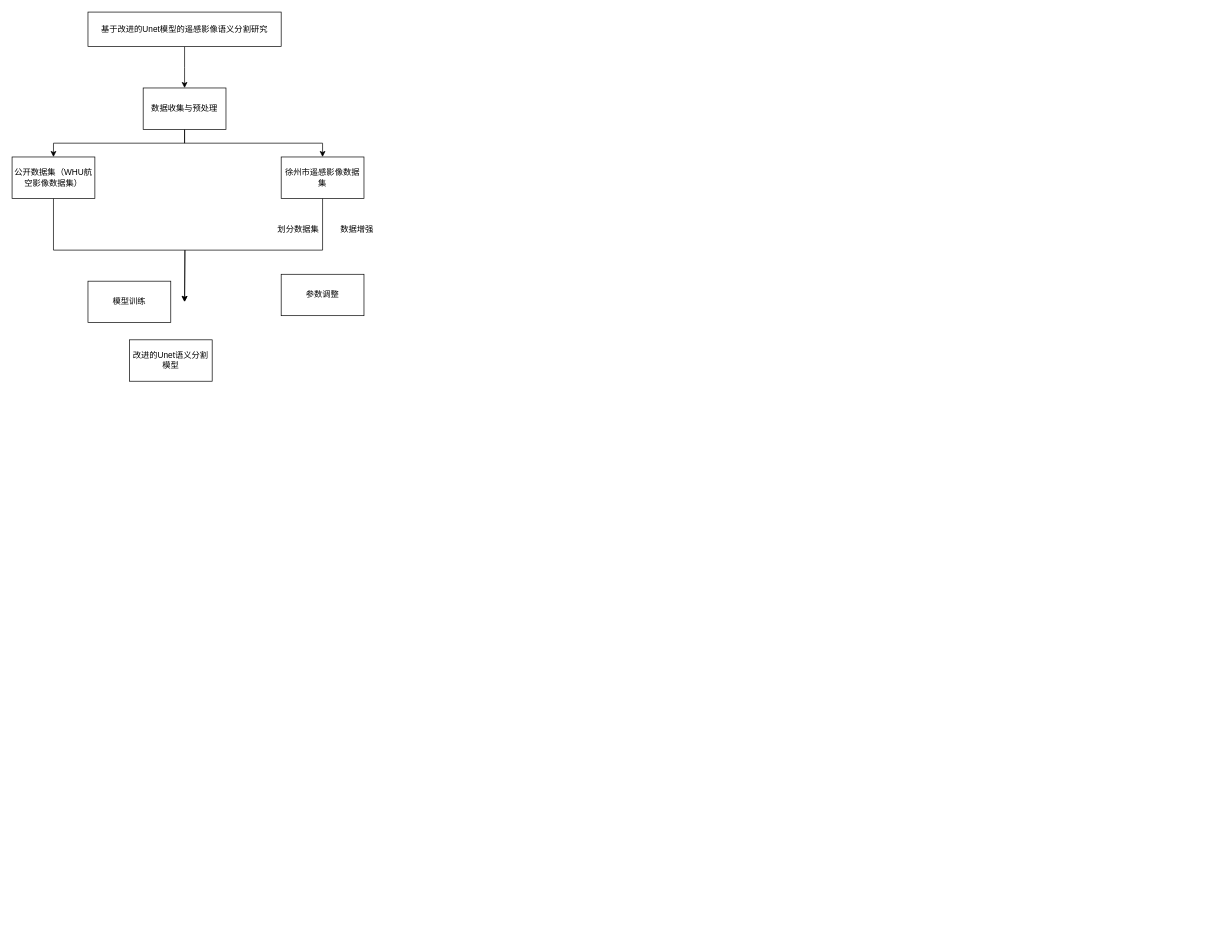
Earlier version of the draw.io diagram 流程图.drawio (postgraduate1/Unet). Source tidied: cells renumbered, new cells numbered last; positions are measured from the earlier drawing's top-left corner, leaving out a move shared by most shapes. Both pictures are drawn from the tidied source at 69%, with x=0, y=0 at pixel (12, 12).
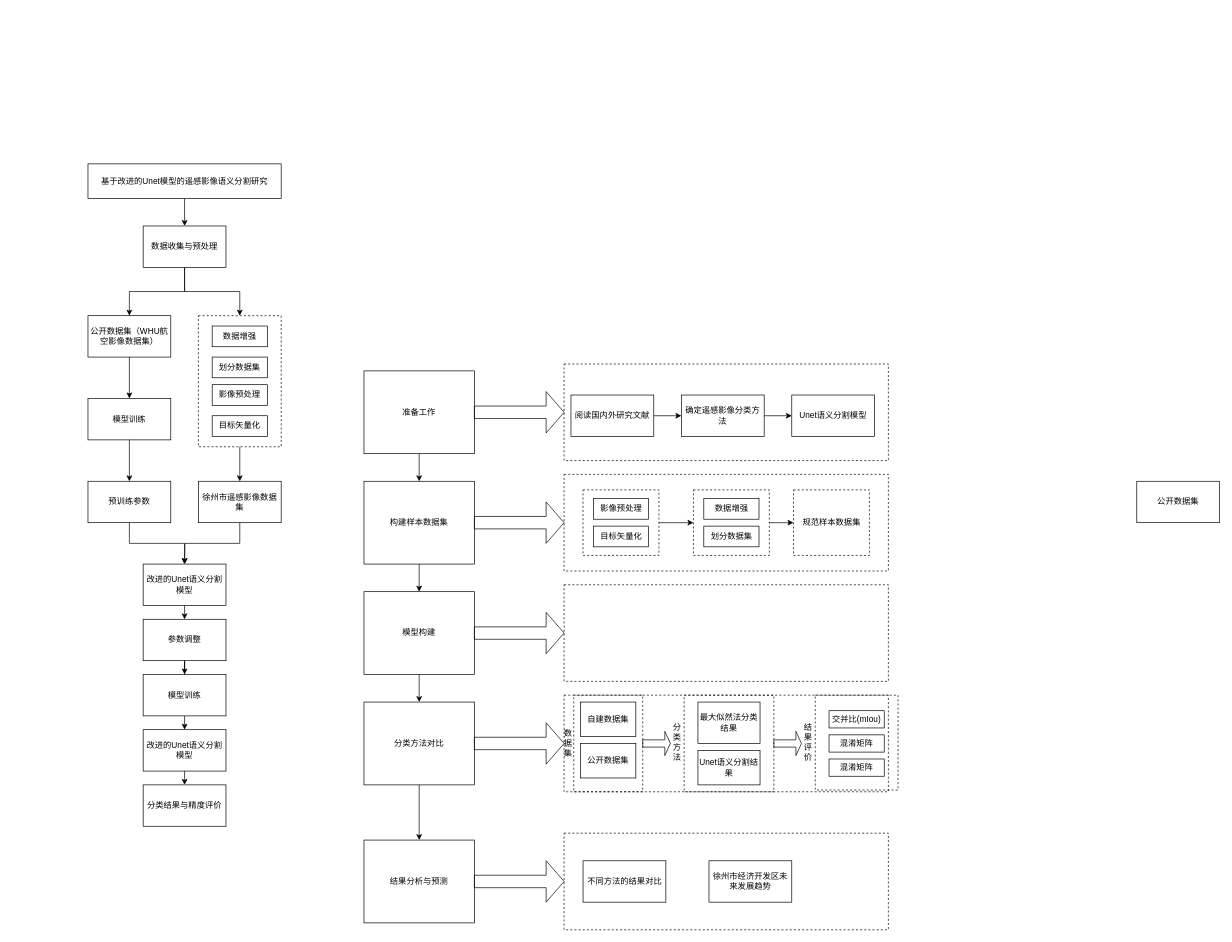
The same diagram, later.

Commit message:
更新流程图.drawio

The edit, as a diff of the source:
```diff
@@
-    <mxCell id="2" style="edgeStyle=orthogonalEdgeStyle;rounded=0;jettySize=auto;html=1;exitX=0.5;exitY=1;exitDx=0;exitDy=0;" parent="1" edge="1" source="3">
-      <mxGeometry relative="1" as="geometry">
-        <mxPoint x="250" y="110" as="targetPoint" />
-      </mxGeometry>
-    </mxCell>
+    <mxCell id="16" style="rounded=0;whiteSpace=wrap;html=1;dashed=1;fillColor=none;" parent="1" vertex="1">
+      <mxGeometry x="974" y="990" width="130" height="140" as="geometry" />
+    </mxCell>
+    <mxCell id="17" style="rounded=0;whiteSpace=wrap;html=1;fillColor=none;dashed=1;" parent="1" vertex="1">
+      <mxGeometry x="814" y="990" width="100" height="140" as="geometry" />
+    </mxCell>
+    <mxCell id="18" style="rounded=0;whiteSpace=wrap;html=1;dashed=1;fillColor=none;" parent="1" vertex="1">
+      <mxGeometry x="800" y="510" width="470" height="140" as="geometry" />
+    </mxCell>
+    <mxCell id="19" style="rounded=0;whiteSpace=wrap;html=1;dashed=1;fillColor=none;" parent="1" vertex="1">
+      <mxGeometry x="800" y="670" width="470" height="140" as="geometry" />
+    </mxCell>
+    <mxCell id="20" style="rounded=0;whiteSpace=wrap;html=1;dashed=1;fillColor=none;" parent="1" vertex="1">
+      <mxGeometry x="800" y="830" width="470" height="140" as="geometry" />
+    </mxCell>
+    <mxCell id="21" style="edgeStyle=orthogonalEdgeStyle;rounded=0;jettySize=auto;html=1;exitX=0.5;exitY=1;exitDx=0;exitDy=0;entryX=0.5;entryY=0;entryDx=0;entryDy=0;" parent="1" edge="1" source="22" target="10">
+      <mxGeometry relative="1" as="geometry" />
+    </mxCell>
+    <mxCell id="22" style="whiteSpace=wrap;html=1;rounded=0;fillColor=none;dashed=1;" parent="1" vertex="1">
+      <mxGeometry x="270" y="440" width="120" height="190" as="geometry" />
+    </mxCell>
+    <mxCell id="23" style="edgeStyle=orthogonalEdgeStyle;rounded=0;jettySize=auto;html=1;exitX=0.5;exitY=1;exitDx=0;exitDy=0;entryX=0.5;entryY=0;entryDx=0;entryDy=0;" parent="1" edge="1" source="3" target="6">
+      <mxGeometry relative="1" as="geometry" />
+    </mxCell>
     <mxCell id="3" value="基于改进的Unet模型的遥感影像语义分割研究" style="rounded=0;whiteSpace=wrap;html=1;" parent="1" vertex="1">
-      <mxGeometry x="110" width="280" height="50" as="geometry" />
+      <mxGeometry x="110" y="220" width="280" height="50" as="geometry" />
     </mxCell>
@@
-    <mxCell id="5" style="edgeStyle=orthogonalEdgeStyle;rounded=0;jettySize=auto;html=1;exitX=0.5;exitY=1;exitDx=0;exitDy=0;" parent="1" edge="1" source="6" target="10">
-      <mxGeometry relative="1" as="geometry" />
-    </mxCell>
+    <mxCell id="24" style="edgeStyle=orthogonalEdgeStyle;rounded=0;jettySize=auto;html=1;" parent="1" edge="1" source="6" target="22">
+      <mxGeometry relative="1" as="geometry" />
+    </mxCell>
     <mxCell id="6" value="数据收集与预处理" style="rounded=0;whiteSpace=wrap;html=1;" parent="1" vertex="1">
-      <mxGeometry x="190" y="110" width="120" height="60" as="geometry" />
+      <mxGeometry x="190" y="310" width="120" height="60" as="geometry" />
     </mxCell>
-    <mxCell id="7" style="edgeStyle=orthogonalEdgeStyle;rounded=0;jettySize=auto;html=1;exitX=0.5;exitY=1;exitDx=0;exitDy=0;" parent="1" edge="1" source="8">
-      <mxGeometry relative="1" as="geometry">
-        <mxPoint x="250" y="420" as="targetPoint" />
-      </mxGeometry>
-    </mxCell>
+    <mxCell id="25" style="edgeStyle=orthogonalEdgeStyle;rounded=0;jettySize=auto;html=1;exitX=0.5;exitY=1;exitDx=0;exitDy=0;" parent="1" edge="1" source="8" target="33">
+      <mxGeometry relative="1" as="geometry" />
+    </mxCell>
     <mxCell id="8" value="公开数据集（WHU航空影像数据集）" style="rounded=0;whiteSpace=wrap;html=1;" parent="1" vertex="1">
-      <mxGeometry y="210" width="120" height="60" as="geometry" />
+      <mxGeometry x="110" y="440" width="120" height="60" as="geometry" />
     </mxCell>
-    <mxCell id="9" style="edgeStyle=orthogonalEdgeStyle;rounded=0;jettySize=auto;html=1;exitX=0.5;exitY=1;exitDx=0;exitDy=0;" parent="1" edge="1" source="10">
-      <mxGeometry relative="1" as="geometry">
-        <mxPoint x="250" y="420" as="targetPoint" />
-      </mxGeometry>
-    </mxCell>
+    <mxCell id="26" style="edgeStyle=orthogonalEdgeStyle;rounded=0;jettySize=auto;html=1;exitX=0.5;exitY=1;exitDx=0;exitDy=0;" parent="1" edge="1" source="10">
+      <mxGeometry relative="1" as="geometry">
+        <mxPoint x="250" y="800" as="targetPoint" />
+      </mxGeometry>
+    </mxCell>
     <mxCell id="10" value="徐州市遥感影像数据集" style="rounded=0;whiteSpace=wrap;html=1;" parent="1" vertex="1">
-      <mxGeometry x="390" y="210" width="120" height="60" as="geometry" />
+      <mxGeometry x="270" y="680" width="120" height="60" as="geometry" />
     </mxCell>
+    <mxCell id="27" style="edgeStyle=orthogonalEdgeStyle;rounded=0;jettySize=auto;html=1;exitX=0.5;exitY=1;exitDx=0;exitDy=0;entryX=0.5;entryY=0;entryDx=0;entryDy=0;" parent="1" edge="1" source="11" target="31">
+      <mxGeometry relative="1" as="geometry" />
+    </mxCell>
     <mxCell id="11" value="改进的Unet语义分割模型" style="rounded=0;whiteSpace=wrap;html=1;" parent="1" vertex="1">
-      <mxGeometry x="170" y="475" width="120" height="60" as="geometry" />
+      <mxGeometry x="190" y="1040" width="120" height="60" as="geometry" />
     </mxCell>
+    <mxCell id="28" style="edgeStyle=orthogonalEdgeStyle;rounded=0;jettySize=auto;html=1;exitX=0.5;exitY=1;exitDx=0;exitDy=0;" parent="1" edge="1" source="12" target="13">
+      <mxGeometry relative="1" as="geometry" />
+    </mxCell>
     <mxCell id="12" value="参数调整" style="rounded=0;whiteSpace=wrap;html=1;" parent="1" vertex="1">
-      <mxGeometry x="390" y="380" width="120" height="60" as="geometry" />
+      <mxGeometry x="190" y="880" width="120" height="60" as="geometry" />
     </mxCell>
+    <mxCell id="29" style="edgeStyle=orthogonalEdgeStyle;rounded=0;jettySize=auto;html=1;exitX=0.5;exitY=1;exitDx=0;exitDy=0;entryX=0.5;entryY=0;entryDx=0;entryDy=0;" parent="1" edge="1" source="13" target="11">
+      <mxGeometry relative="1" as="geometry" />
+    </mxCell>
     <mxCell id="13" value="模型训练" style="rounded=0;whiteSpace=wrap;html=1;" parent="1" vertex="1">
-      <mxGeometry x="110" y="390" width="120" height="60" as="geometry" />
+      <mxGeometry x="190" y="960" width="120" height="60" as="geometry" />
     </mxCell>
-    <mxCell id="14" value="数据增强" style="text;html=1;strokeColor=none;fillColor=none;align=center;verticalAlign=middle;whiteSpace=wrap;rounded=0;" parent="1" vertex="1">
-      <mxGeometry x="470" y="300" width="60" height="30" as="geometry" />
-    </mxCell>
-    <mxCell id="15" value="&lt;br&gt;&lt;div&gt;划分数据集&lt;/div&gt;&lt;div&gt;&lt;br&gt;&lt;/div&gt;" style="text;html=1;strokeColor=none;fillColor=none;align=center;verticalAlign=middle;whiteSpace=wrap;rounded=0;" parent="1" vertex="1">
-      <mxGeometry x="380" y="300" width="70" height="30" as="geometry" />
-    </mxCell>
+    <mxCell id="30" value="数据增强" style="rounded=0;whiteSpace=wrap;html=1;" parent="1" vertex="1">
+      <mxGeometry x="290" y="455" width="80" height="30" as="geometry" />
+    </mxCell>
+    <mxCell id="31" value="分类结果与精度评价" style="whiteSpace=wrap;html=1;rounded=0;" parent="1" vertex="1">
+      <mxGeometry x="190" y="1120" width="120" height="60" as="geometry" />
+    </mxCell>
+    <mxCell id="32" style="edgeStyle=orthogonalEdgeStyle;rounded=0;jettySize=auto;html=1;" parent="1" edge="1" source="33" target="36">
+      <mxGeometry relative="1" as="geometry" />
+    </mxCell>
+    <mxCell id="33" value="模型训练" style="rounded=0;whiteSpace=wrap;html=1;fillColor=none;" parent="1" vertex="1">
+      <mxGeometry x="110" y="560" width="120" height="60" as="geometry" />
+    </mxCell>
+    <mxCell id="34" value="&lt;div&gt;目标矢量化&lt;/div&gt;" style="whiteSpace=wrap;html=1;rounded=0;" parent="1" vertex="1">
+      <mxGeometry x="290" y="585" width="80" height="30" as="geometry" />
+    </mxCell>
+    <mxCell id="35" style="edgeStyle=orthogonalEdgeStyle;rounded=0;jettySize=auto;html=1;exitX=0.5;exitY=1;exitDx=0;exitDy=0;entryX=0.5;entryY=0;entryDx=0;entryDy=0;" parent="1" edge="1" source="36" target="40">
+      <mxGeometry relative="1" as="geometry" />
+    </mxCell>
+    <mxCell id="36" value="预训练参数" style="whiteSpace=wrap;html=1;fillColor=none;rounded=0;" parent="1" vertex="1">
+      <mxGeometry x="110" y="680" width="120" height="60" as="geometry" />
+    </mxCell>
+    <mxCell id="37" value="&lt;br&gt;&lt;div&gt;划分数据集&lt;br&gt;&lt;br&gt;&lt;/div&gt;" style="whiteSpace=wrap;html=1;rounded=0;" parent="1" vertex="1">
+      <mxGeometry x="290" y="500" width="80" height="30" as="geometry" />
+    </mxCell>
+    <mxCell id="38" value="影像预处理" style="whiteSpace=wrap;html=1;rounded=0;" parent="1" vertex="1">
+      <mxGeometry x="290" y="540" width="80" height="30" as="geometry" />
+    </mxCell>
+    <mxCell id="39" style="edgeStyle=orthogonalEdgeStyle;rounded=0;jettySize=auto;html=1;exitX=0.5;exitY=1;exitDx=0;exitDy=0;entryX=0.5;entryY=0;entryDx=0;entryDy=0;" parent="1" edge="1" source="40" target="12">
+      <mxGeometry relative="1" as="geometry" />
+    </mxCell>
+    <mxCell id="40" value="改进的Unet语义分割模型" style="rounded=0;whiteSpace=wrap;html=1;" parent="1" vertex="1">
+      <mxGeometry x="190" y="800" width="120" height="60" as="geometry" />
+    </mxCell>
+    <mxCell id="41" style="edgeStyle=orthogonalEdgeStyle;rounded=0;jettySize=auto;html=1;exitX=0.5;exitY=1;exitDx=0;exitDy=0;entryX=0.5;entryY=0;entryDx=0;entryDy=0;" parent="1" edge="1" source="42" target="44">
+      <mxGeometry relative="1" as="geometry" />
+    </mxCell>
+    <mxCell id="42" value="准备工作" style="rounded=0;whiteSpace=wrap;html=1;fillColor=none;" parent="1" vertex="1">
+      <mxGeometry x="510" y="520" width="160" height="120" as="geometry" />
+    </mxCell>
+    <mxCell id="43" style="edgeStyle=orthogonalEdgeStyle;rounded=0;jettySize=auto;html=1;exitX=0.5;exitY=1;exitDx=0;exitDy=0;entryX=0.5;entryY=0;entryDx=0;entryDy=0;" parent="1" edge="1" source="44" target="46">
+      <mxGeometry relative="1" as="geometry" />
+    </mxCell>
+    <mxCell id="44" value="构建样本数据集" style="rounded=0;whiteSpace=wrap;html=1;fillColor=none;" parent="1" vertex="1">
+      <mxGeometry x="510" y="680" width="160" height="120" as="geometry" />
+    </mxCell>
+    <mxCell id="45" style="edgeStyle=orthogonalEdgeStyle;rounded=0;jettySize=auto;html=1;" parent="1" edge="1" source="46" target="51">
+      <mxGeometry relative="1" as="geometry" />
+    </mxCell>
+    <mxCell id="46" value="模型构建" style="rounded=0;whiteSpace=wrap;html=1;fillColor=none;" parent="1" vertex="1">
+      <mxGeometry x="510" y="840" width="160" height="120" as="geometry" />
+    </mxCell>
+    <mxCell id="47" style="shape=singleArrow;whiteSpace=wrap;html=1;fillColor=none;" parent="1" vertex="1">
+      <mxGeometry x="670" y="550" width="130" height="60" as="geometry" />
+    </mxCell>
+    <mxCell id="48" style="shape=singleArrow;whiteSpace=wrap;html=1;fillColor=none;" parent="1" vertex="1">
+      <mxGeometry x="670" y="710" width="130" height="60" as="geometry" />
+    </mxCell>
+    <mxCell id="49" style="shape=singleArrow;whiteSpace=wrap;html=1;fillColor=none;" parent="1" vertex="1">
+      <mxGeometry x="670" y="870" width="130" height="60" as="geometry" />
+    </mxCell>
+    <mxCell id="50" style="edgeStyle=orthogonalEdgeStyle;rounded=0;jettySize=auto;html=1;exitX=0.5;exitY=1;exitDx=0;exitDy=0;entryX=0.5;entryY=0;entryDx=0;entryDy=0;" parent="1" edge="1" source="51" target="82">
+      <mxGeometry relative="1" as="geometry" />
+    </mxCell>
+    <mxCell id="51" value="分类方法对比" style="whiteSpace=wrap;html=1;fillColor=none;rounded=0;" parent="1" vertex="1">
+      <mxGeometry x="510" y="1000" width="160" height="120" as="geometry" />
+    </mxCell>
+    <mxCell id="52" style="edgeStyle=orthogonalEdgeStyle;rounded=0;jettySize=auto;html=1;" parent="1" edge="1" source="53" target="55">
+      <mxGeometry relative="1" as="geometry" />
+    </mxCell>
+    <mxCell id="53" value="阅读国内外研究文献" style="rounded=0;whiteSpace=wrap;html=1;fillColor=none;" parent="1" vertex="1">
+      <mxGeometry x="810" y="555" width="120" height="60" as="geometry" />
+    </mxCell>
+    <mxCell id="54" style="edgeStyle=orthogonalEdgeStyle;rounded=0;jettySize=auto;html=1;" parent="1" edge="1" source="55" target="56">
+      <mxGeometry relative="1" as="geometry" />
+    </mxCell>
+    <mxCell id="55" value="确定遥感影像分类方法" style="whiteSpace=wrap;html=1;fillColor=none;rounded=0;" parent="1" vertex="1">
+      <mxGeometry x="970" y="555" width="120" height="60" as="geometry" />
+    </mxCell>
+    <mxCell id="56" value="Unet语义分割模型" style="whiteSpace=wrap;html=1;fillColor=none;rounded=0;" parent="1" vertex="1">
+      <mxGeometry x="1130" y="555" width="120" height="60" as="geometry" />
+    </mxCell>
+    <mxCell id="57" value="数据增强" style="rounded=0;whiteSpace=wrap;html=1;" parent="1" vertex="1">
+      <mxGeometry x="1002.5" y="705" width="80" height="30" as="geometry" />
+    </mxCell>
+    <mxCell id="58" value="&lt;br&gt;&lt;div&gt;划分数据集&lt;br&gt;&lt;br&gt;&lt;/div&gt;" style="whiteSpace=wrap;html=1;rounded=0;" parent="1" vertex="1">
+      <mxGeometry x="1002.5" y="745" width="80" height="30" as="geometry" />
+    </mxCell>
+    <mxCell id="59" value="影像预处理" style="whiteSpace=wrap;html=1;rounded=0;" parent="1" vertex="1">
+      <mxGeometry x="842.5" y="705" width="80" height="30" as="geometry" />
+    </mxCell>
+    <mxCell id="60" value="&lt;div&gt;目标矢量化&lt;/div&gt;" style="whiteSpace=wrap;html=1;rounded=0;" parent="1" vertex="1">
+      <mxGeometry x="842.5" y="745" width="80" height="30" as="geometry" />
+    </mxCell>
+    <mxCell id="61" style="edgeStyle=orthogonalEdgeStyle;rounded=0;jettySize=auto;html=1;exitX=1;exitY=0.5;exitDx=0;exitDy=0;entryX=0;entryY=0.5;entryDx=0;entryDy=0;" parent="1" edge="1" source="62" target="63">
+      <mxGeometry relative="1" as="geometry" />
+    </mxCell>
+    <mxCell id="62" style="rounded=0;whiteSpace=wrap;html=1;fillColor=none;dashed=1;" parent="1" vertex="1">
+      <mxGeometry x="987.5" y="692.5" width="110" height="95" as="geometry" />
+    </mxCell>
+    <mxCell id="63" value="规范样本数据集" style="rounded=0;whiteSpace=wrap;html=1;fillColor=none;dashed=1;" parent="1" vertex="1">
+      <mxGeometry x="1132.5" y="692.5" width="110" height="95" as="geometry" />
+    </mxCell>
+    <mxCell id="64" value="最大似然法分类结果" style="rounded=0;whiteSpace=wrap;html=1;fillColor=none;" parent="1" vertex="1">
+      <mxGeometry x="994" y="1000" width="90" height="60" as="geometry" />
+    </mxCell>
+    <mxCell id="65" style="edgeStyle=orthogonalEdgeStyle;rounded=0;jettySize=auto;html=1;exitX=1;exitY=0.5;exitDx=0;exitDy=0;entryX=0;entryY=0.5;entryDx=0;entryDy=0;" parent="1" edge="1" source="66" target="62">
+      <mxGeometry relative="1" as="geometry" />
+    </mxCell>
+    <mxCell id="66" style="rounded=0;whiteSpace=wrap;html=1;fillColor=none;dashed=1;" parent="1" vertex="1">
+      <mxGeometry x="827.5" y="692.5" width="110" height="95" as="geometry" />
+    </mxCell>
+    <mxCell id="67" value="自建数据集" style="rounded=0;whiteSpace=wrap;html=1;fillColor=none;" parent="1" vertex="1">
+      <mxGeometry x="824" y="1000" width="80" height="50" as="geometry" />
+    </mxCell>
+    <mxCell id="68" value="公开数据集" style="rounded=0;whiteSpace=wrap;html=1;fillColor=none;" parent="1" vertex="1">
+      <mxGeometry x="1630" y="680" width="120" height="60" as="geometry" />
+    </mxCell>
+    <mxCell id="69" value="Unet语义分割结果" style="rounded=0;whiteSpace=wrap;html=1;fillColor=none;" parent="1" vertex="1">
+      <mxGeometry x="994" y="1070" width="90" height="50" as="geometry" />
+    </mxCell>
+    <mxCell id="70" style="shape=singleArrow;whiteSpace=wrap;html=1;fillColor=none;" parent="1" vertex="1">
+      <mxGeometry x="670" y="1030" width="130" height="60" as="geometry" />
+    </mxCell>
+    <mxCell id="71" style="rounded=0;whiteSpace=wrap;html=1;dashed=1;fillColor=none;" parent="1" vertex="1">
+      <mxGeometry x="800" y="990" width="470" height="140" as="geometry" />
+    </mxCell>
+    <mxCell id="72" value="数据集" style="text;html=1;strokeColor=none;fillColor=none;align=center;verticalAlign=middle;whiteSpace=wrap;rounded=0;dashed=1;" parent="1" vertex="1">
+      <mxGeometry x="801" y="1020" width="10" height="80" as="geometry" />
+    </mxCell>
+    <mxCell id="73" value="分类方法" style="text;html=1;strokeColor=none;fillColor=none;align=center;verticalAlign=middle;whiteSpace=wrap;rounded=0;dashed=1;" parent="1" vertex="1">
+      <mxGeometry x="954" y="1005" width="20" height="105" as="geometry" />
+    </mxCell>
+    <mxCell id="74" value="公开数据集" style="rounded=0;whiteSpace=wrap;html=1;fillColor=none;" parent="1" vertex="1">
+      <mxGeometry x="824" y="1060" width="80" height="50" as="geometry" />
+    </mxCell>
+    <mxCell id="75" value="结果评价" style="text;html=1;strokeColor=none;fillColor=none;align=center;verticalAlign=middle;whiteSpace=wrap;rounded=0;dashed=1;" parent="1" vertex="1">
+      <mxGeometry x="1144" y="1016.2" width="20" height="83.8" as="geometry" />
+    </mxCell>
+    <mxCell id="76" style="shape=singleArrow;whiteSpace=wrap;html=1;fillColor=none;" parent="1" vertex="1">
+      <mxGeometry x="914" y="1042.5" width="40" height="35" as="geometry" />
+    </mxCell>
+    <mxCell id="77" style="shape=singleArrow;whiteSpace=wrap;html=1;fillColor=none;" parent="1" vertex="1">
+      <mxGeometry x="1104" y="1042.5" width="40" height="35" as="geometry" />
+    </mxCell>
+    <mxCell id="78" style="rounded=0;whiteSpace=wrap;html=1;dashed=1;fillColor=none;" parent="1" vertex="1">
+      <mxGeometry x="1164" y="990" width="120" height="137.5" as="geometry" />
+    </mxCell>
+    <mxCell id="79" value="交并比(mIou)" style="rounded=0;whiteSpace=wrap;html=1;fillColor=none;" parent="1" vertex="1">
+      <mxGeometry x="1184" y="1012.5" width="80" height="25" as="geometry" />
+    </mxCell>
+    <mxCell id="80" value="混淆矩阵" style="rounded=0;whiteSpace=wrap;html=1;fillColor=none;" parent="1" vertex="1">
+      <mxGeometry x="1184" y="1047.5" width="80" height="25" as="geometry" />
+    </mxCell>
+    <mxCell id="81" value="混淆矩阵" style="rounded=0;whiteSpace=wrap;html=1;fillColor=none;" parent="1" vertex="1">
+      <mxGeometry x="1184" y="1082.5" width="80" height="25" as="geometry" />
+    </mxCell>
+    <mxCell id="82" value="结果分析与预测" style="whiteSpace=wrap;html=1;fillColor=none;rounded=0;" parent="1" vertex="1">
+      <mxGeometry x="510" y="1200" width="160" height="120" as="geometry" />
+    </mxCell>
+    <mxCell id="83" style="shape=singleArrow;whiteSpace=wrap;html=1;fillColor=none;" parent="1" vertex="1">
+      <mxGeometry x="670" y="1230" width="130" height="60" as="geometry" />
+    </mxCell>
+    <mxCell id="84" style="rounded=0;whiteSpace=wrap;html=1;dashed=1;fillColor=none;" parent="1" vertex="1">
+      <mxGeometry x="800" y="1190" width="470" height="140" as="geometry" />
+    </mxCell>
+    <mxCell id="85" value="不同方法的结果对比" style="rounded=0;whiteSpace=wrap;html=1;fillColor=none;" parent="1" vertex="1">
+      <mxGeometry x="827.5" y="1230" width="120" height="60" as="geometry" />
+    </mxCell>
+    <mxCell id="86" value="徐州市经济开发区未来发展趋势" style="rounded=0;whiteSpace=wrap;html=1;fillColor=none;" parent="1" vertex="1">
+      <mxGeometry x="1010" y="1230" width="120" height="60" as="geometry" />
+    </mxCell>
```
